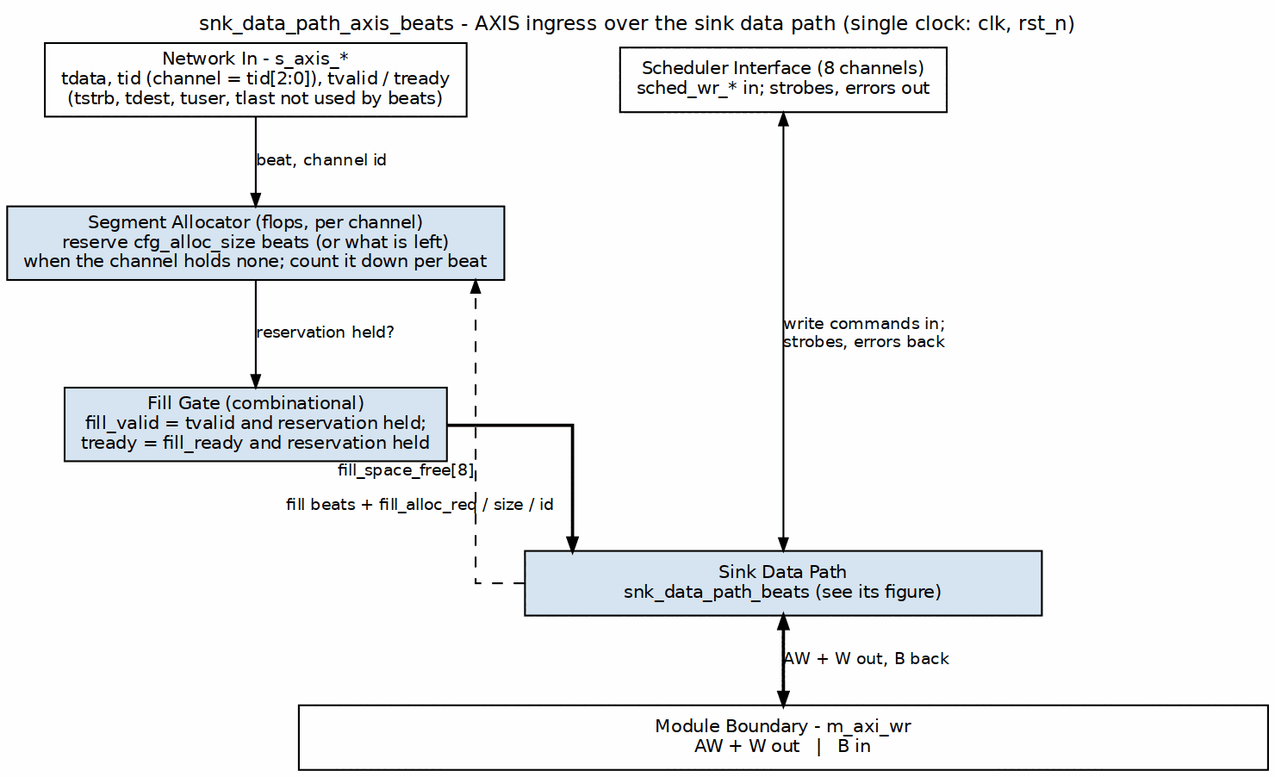
sean-galloway/RTLDesignSherpa keeps this Graphviz diagram as projects/components/dma-ip/rapids/docs/rapids_beats_mas/assets/graphviz/14_sink_data_path_axis.png. Above is the earlier version. Its source is kept beside it as projects/components/dma-ip/rapids/docs/rapids_beats_mas/assets/graphviz/14_sink_data_path_axis.dot.
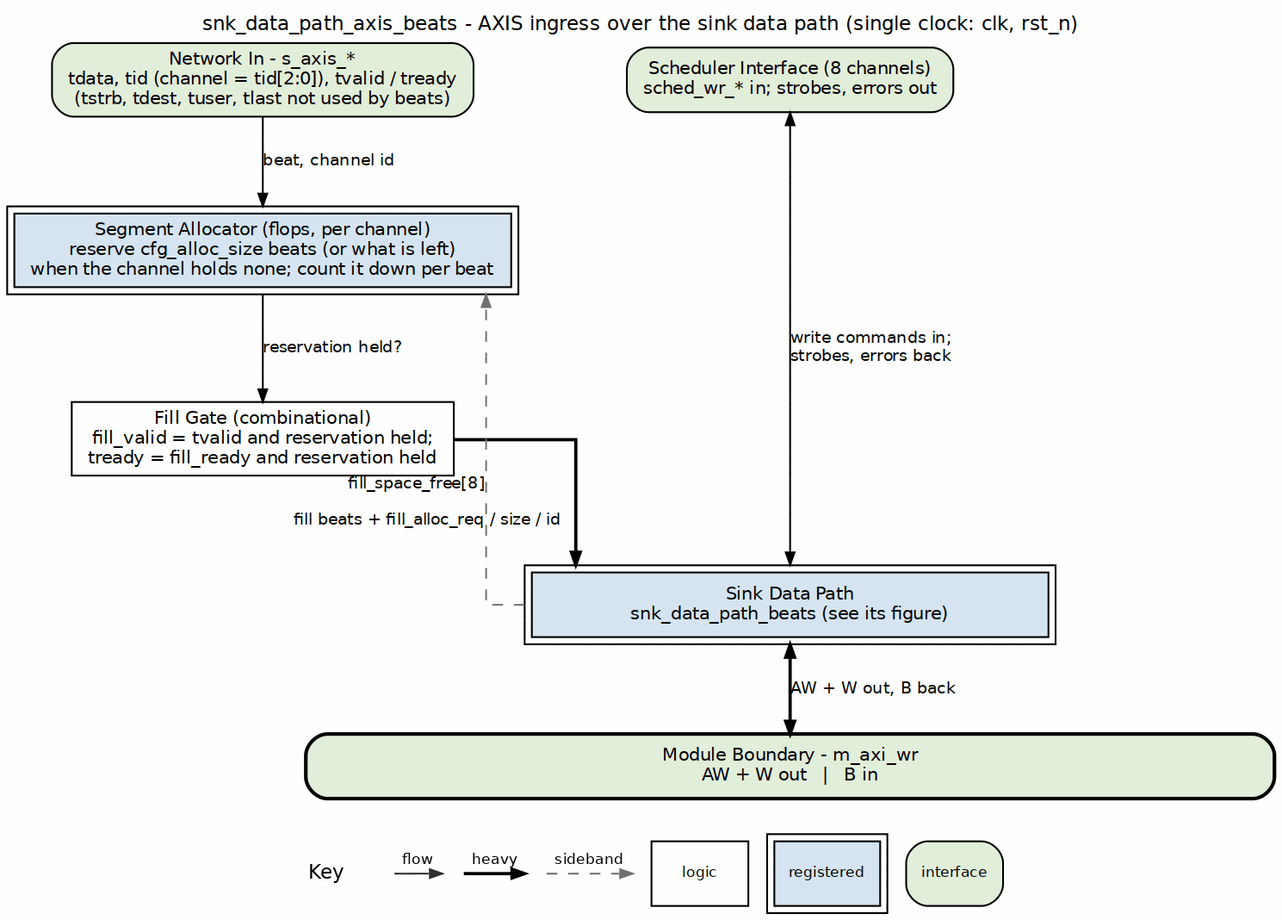
The same file after the commit.

Change to the diagram source:
```diff
@@ -4,20 +4,20 @@
            label="snk_data_path_axis_beats - AXIS ingress over the sink data path (single clock: clk, rst_n)",
            labelloc=t, labeljust=c];
     node  [fontname="Helvetica", fontsize=10, shape=box, style=filled,
-           fillcolor="#D6E4F0", color="black", margin="0.12,0.06"];
+           fillcolor="white", color="black", margin="0.12,0.06"];
     edge  [fontname="Helvetica", fontsize=9, color="black", arrowsize=0.7];
 
-    axis  [label="Network In - s_axis_*\ntdata, tid (channel = tid[2:0]), tvalid / tready\n(tstrb, tdest, tuser, tlast not used by beats)", fillcolor="white", group=L];
-    sched [label="Scheduler Interface (8 channels)\nsched_wr_* in; strobes, errors out", fillcolor="white", group=C];
-    alloc [label="Segment Allocator (flops, per channel)\nreserve cfg_alloc_size beats (or what is left)\nwhen the channel holds none; count it down per beat", group=L];
-    gate  [label="Fill Gate (combinational)\nfill_valid = tvalid and reservation held;\ntready = fill_ready and reservation held", group=L];
-    dp    [label="Sink Data Path\nsnk_data_path_beats (see its figure)", width=4.0, group=C];
-    bar   [label="Module Boundary - m_axi_wr\nAW + W out   |   B in", fillcolor="white", width=7.5];
+    axis  [label="Network In - s_axis_*\ntdata, tid (channel = tid[2:0]), tvalid / tready\n(tstrb, tdest, tuser, tlast not used by beats)", fillcolor="white", group=L, style="rounded,filled", fillcolor="#E2EFDA"];
+    sched [label="Scheduler Interface (8 channels)\nsched_wr_* in; strobes, errors out", fillcolor="white", group=C, style="rounded,filled", fillcolor="#E2EFDA"];
+    alloc [label="Segment Allocator (flops, per channel)\nreserve cfg_alloc_size beats (or what is left)\nwhen the channel holds none; count it down per beat", group=L, peripheries=2, style="filled", fillcolor="#D6E4F0"];
+    gate  [label="Fill Gate (combinational)\nfill_valid = tvalid and reservation held;\ntready = fill_ready and reservation held", group=L, style="filled", fillcolor="white"];
+    dp    [label="Sink Data Path\nsnk_data_path_beats (see its figure)", width=4.0, group=C, peripheries=2, style="filled", fillcolor="#D6E4F0"];
+    bar   [label="Module Boundary - m_axi_wr\nAW + W out   |   B in", fillcolor="white", width=7.5, style="rounded,filled,bold", fillcolor="#E2EFDA"];
 
     axis  -> alloc [label="beat, channel id"];
     alloc -> gate  [label="reservation held?"];
     gate  -> dp    [label="fill beats + fill_alloc_req / size / id", penwidth=1.8];
-    dp    -> alloc [style=dashed, constraint=false, xlabel="fill_space_free[8]"];
+    dp    -> alloc [style=dashed, color="#777777", constraint=false, xlabel="fill_space_free[8]"];
     sched -> dp    [dir=both, label="write commands in;\nstrobes, errors back"];
     dp    -> bar   [dir=both, label="AW + W out, B back", penwidth=1.8];
 
```
